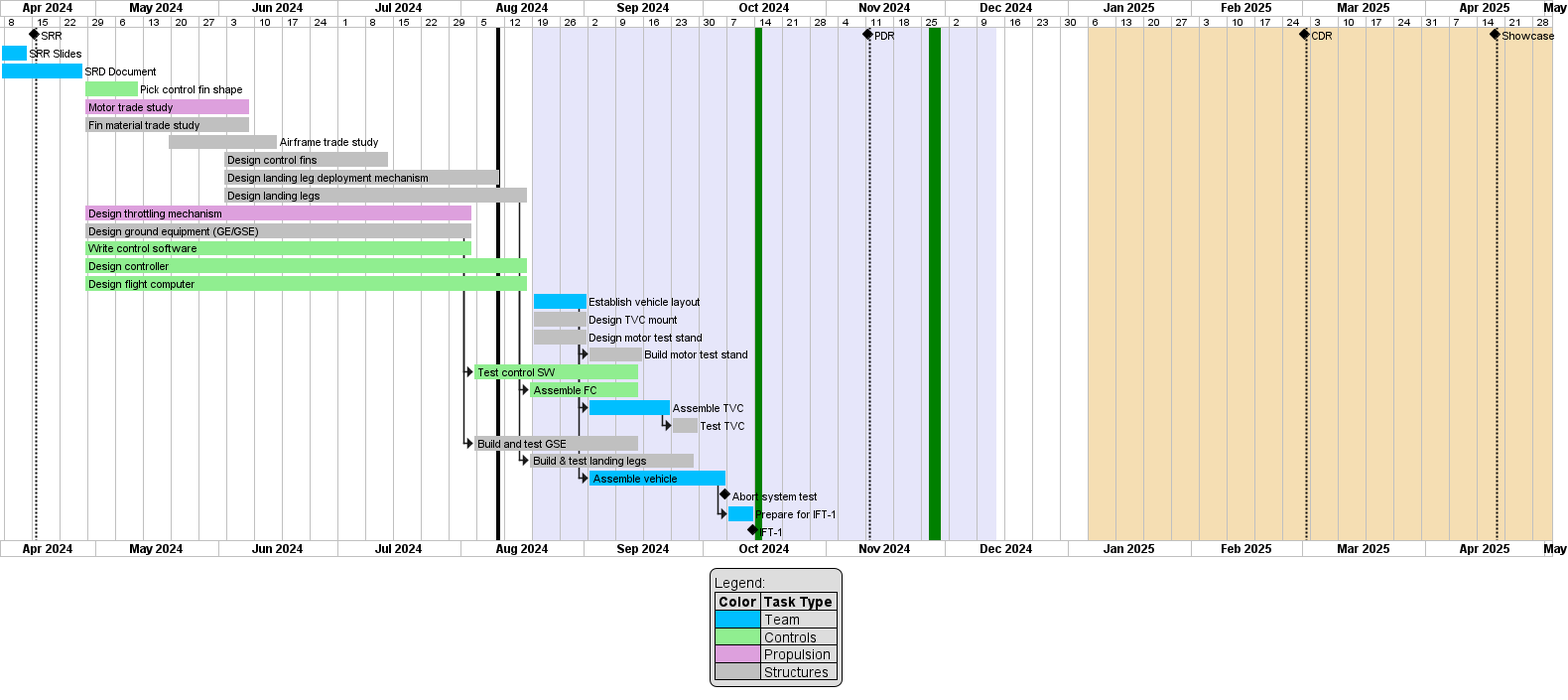
Before: diagrams/out/gantt_chart.png, a diagram exported from PlantUML (Laagaard/Rocket_Lander).
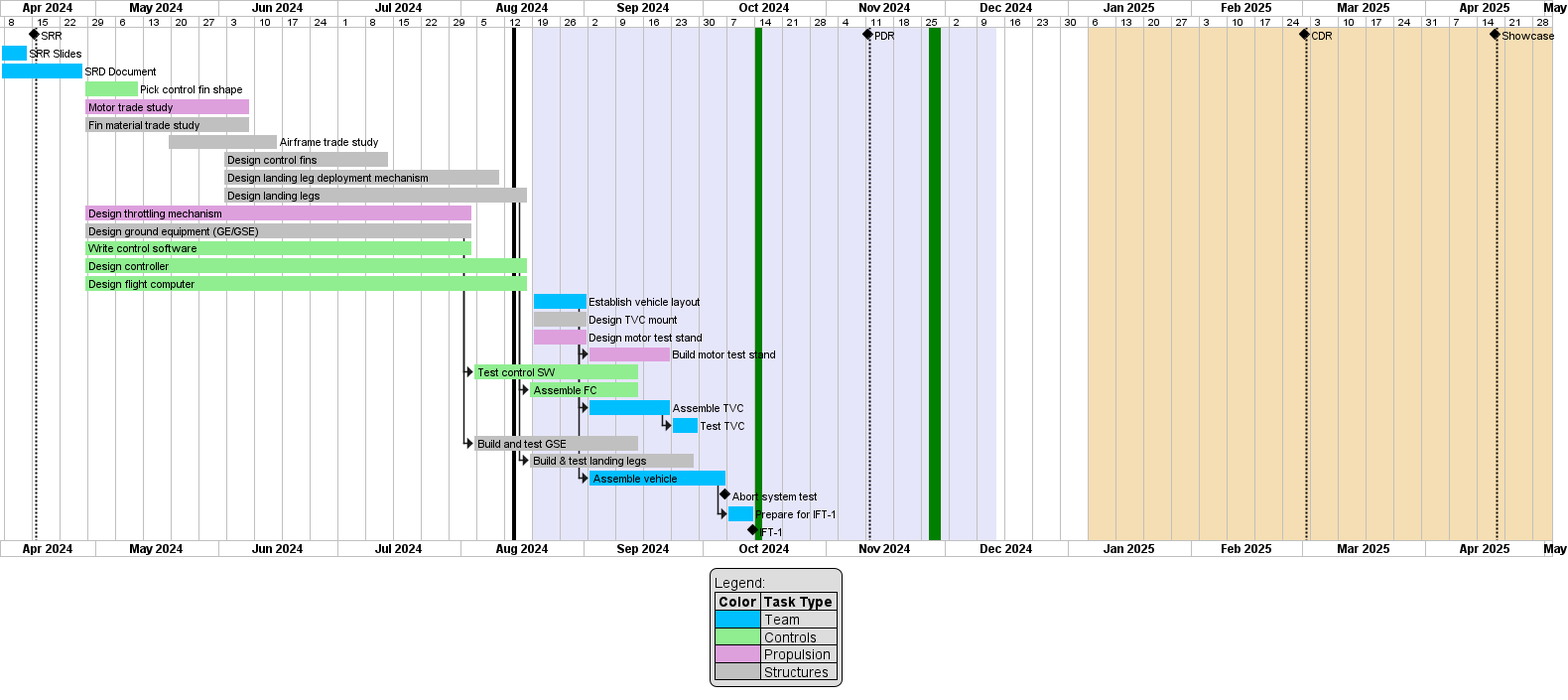
The same diagram one commit later.

Commit message:
Fall 2024: Reassign test stand tasks to propulsion

Diff of the diagram source:
```diff
@@ -54,12 +54,12 @@
 
 [Establish vehicle layout] requires 2 weeks and starts 2024-08-19 and is colored in deepskyblue
 [Design TVC mount] requires 2 weeks and starts 2024-08-19 and is colored in silver
-[Design motor test stand] requires 2 weeks and starts 2024-08-19 and is colored in silver
-[Build motor test stand] requires 2 weeks and starts at [Design motor test stand]'s end and is colored in silver
+[Design motor test stand] requires 2 weeks and starts 2024-08-19 and is colored in plum
+[Build motor test stand] requires 3 weeks and starts at [Design motor test stand]'s end and is colored in plum
 [Test control SW] requires 6 weeks and starts at [Write control software]'s end and is colored in lightgreen
 [Assemble FC] requires 4 weeks and starts at [Design flight computer]'s end and is colored in lightgreen
 [Assemble TVC] requires 3 weeks and starts at [Design TVC mount]'s end and is colored in deepskyblue
-[Test TVC] requires 1 weeks and starts at [Assemble TVC]'s end and is colored in silver
+[Test TVC] requires 1 weeks and starts at [Assemble TVC]'s end and is colored in deepskyblue
 [Build and test GSE] requires 6 weeks and starts at [Design ground equipment (GE/GSE)]'s end and is colored in silver
 [Build & test landing legs] requires 6 weeks and starts at [Design landing legs]'s end and is colored in silver
 [Assemble vehicle] requires 5 weeks and starts at [Establish vehicle layout]'s end and is colored in deepskyblue
```
